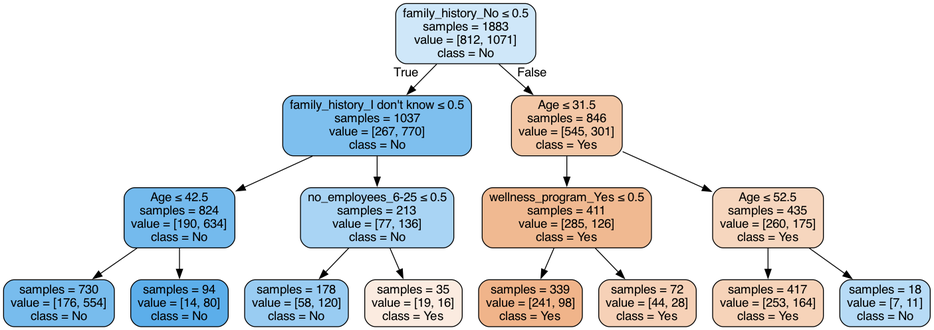
The Graphviz diagram output/tree.gv.png in cadej09/CSE-163-Final-Project, before a commit. Its source is kept beside it as output/tree.gv.
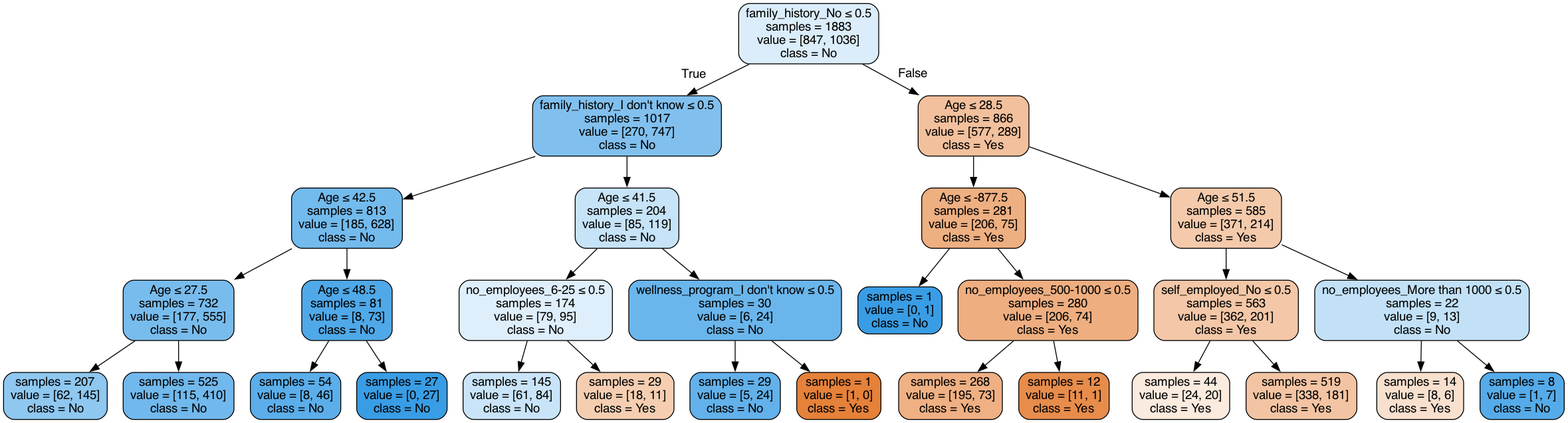
After the commit.

The edit, as a diff of the source:
```diff
@@ -1,33 +1,61 @@
 digraph Tree {
 node [shape=box, style="filled, rounded", color="black", fontname="helvetica"] ;
 edge [fontname="helvetica"] ;
-0 [label=<family_history_No &le; 0.5<br/>samples = 1883<br/>value = [812, 1071]<br/>class = No>, fillcolor="#cfe7f9"] ;
-1 [label=<family_history_I don't know &le; 0.5<br/>samples = 1037<br/>value = [267, 770]<br/>class = No>, fillcolor="#7ebfee"] ;
+0 [label=<family_history_No &le; 0.5<br/>samples = 1883<br/>value = [847, 1036]<br/>class = No>, fillcolor="#dbedfa"] ;
+1 [label=<family_history_I don't know &le; 0.5<br/>samples = 1017<br/>value = [270, 747]<br/>class = No>, fillcolor="#81c0ee"] ;
 0 -> 1 [labeldistance=2.5, labelangle=45, headlabel="True"] ;
-2 [label=<Age &le; 42.5<br/>samples = 824<br/>value = [190, 634]<br/>class = No>, fillcolor="#74baed"] ;
+2 [label=<Age &le; 42.5<br/>samples = 813<br/>value = [185, 628]<br/>class = No>, fillcolor="#73baed"] ;
 1 -> 2 ;
-3 [label=<samples = 730<br/>value = [176, 554]<br/>class = No>, fillcolor="#78bced"] ;
+3 [label=<Age &le; 27.5<br/>samples = 732<br/>value = [177, 555]<br/>class = No>, fillcolor="#78bced"] ;
 2 -> 3 ;
-4 [label=<samples = 94<br/>value = [14, 80]<br/>class = No>, fillcolor="#5caeea"] ;
-2 -> 4 ;
-5 [label=<no_employees_6-25 &le; 0.5<br/>samples = 213<br/>value = [77, 136]<br/>class = No>, fillcolor="#a9d4f4"] ;
-1 -> 5 ;
-6 [label=<samples = 178<br/>value = [58, 120]<br/>class = No>, fillcolor="#99ccf2"] ;
-5 -> 6 ;
-7 [label=<samples = 35<br/>value = [19, 16]<br/>class = Yes>, fillcolor="#fbebe0"] ;
-5 -> 7 ;
-8 [label=<Age &le; 31.5<br/>samples = 846<br/>value = [545, 301]<br/>class = Yes>, fillcolor="#f3c7a6"] ;
-0 -> 8 [labeldistance=2.5, labelangle=-45, headlabel="False"] ;
-9 [label=<wellness_program_Yes &le; 0.5<br/>samples = 411<br/>value = [285, 126]<br/>class = Yes>, fillcolor="#f0b991"] ;
-8 -> 9 ;
-10 [label=<samples = 339<br/>value = [241, 98]<br/>class = Yes>, fillcolor="#f0b48a"] ;
+4 [label=<samples = 207<br/>value = [62, 145]<br/>class = No>, fillcolor="#8ec7f0"] ;
+3 -> 4 ;
+5 [label=<samples = 525<br/>value = [115, 410]<br/>class = No>, fillcolor="#71b8ec"] ;
+3 -> 5 ;
+6 [label=<Age &le; 48.5<br/>samples = 81<br/>value = [8, 73]<br/>class = No>, fillcolor="#4fa8e8"] ;
+2 -> 6 ;
+7 [label=<samples = 54<br/>value = [8, 46]<br/>class = No>, fillcolor="#5baeea"] ;
+6 -> 7 ;
+8 [label=<samples = 27<br/>value = [0, 27]<br/>class = No>, fillcolor="#399de5"] ;
+6 -> 8 ;
+9 [label=<Age &le; 41.5<br/>samples = 204<br/>value = [85, 119]<br/>class = No>, fillcolor="#c6e3f8"] ;
+1 -> 9 ;
+10 [label=<no_employees_6-25 &le; 0.5<br/>samples = 174<br/>value = [79, 95]<br/>class = No>, fillcolor="#deeefb"] ;
 9 -> 10 ;
-11 [label=<samples = 72<br/>value = [44, 28]<br/>class = Yes>, fillcolor="#f6d1b7"] ;
-9 -> 11 ;
-12 [label=<Age &le; 52.5<br/>samples = 435<br/>value = [260, 175]<br/>class = Yes>, fillcolor="#f6d6be"] ;
-8 -> 12 ;
-13 [label=<samples = 417<br/>value = [253, 164]<br/>class = Yes>, fillcolor="#f6d3b9"] ;
-12 -> 13 ;
-14 [label=<samples = 18<br/>value = [7, 11]<br/>class = No>, fillcolor="#b7dbf6"] ;
-12 -> 14 ;
+11 [label=<samples = 145<br/>value = [61, 84]<br/>class = No>, fillcolor="#c9e4f8"] ;
+10 -> 11 ;
+12 [label=<samples = 29<br/>value = [18, 11]<br/>class = Yes>, fillcolor="#f5ceb2"] ;
+10 -> 12 ;
+13 [label=<wellness_program_I don't know &le; 0.5<br/>samples = 30<br/>value = [6, 24]<br/>class = No>, fillcolor="#6ab6ec"] ;
+9 -> 13 ;
+14 [label=<samples = 29<br/>value = [5, 24]<br/>class = No>, fillcolor="#62b1ea"] ;
+13 -> 14 ;
+15 [label=<samples = 1<br/>value = [1, 0]<br/>class = Yes>, fillcolor="#e58139"] ;
+13 -> 15 ;
+16 [label=<Age &le; 28.5<br/>samples = 866<br/>value = [577, 289]<br/>class = Yes>, fillcolor="#f2c09c"] ;
+0 -> 16 [labeldistance=2.5, labelangle=-45, headlabel="False"] ;
+17 [label=<Age &le; -877.5<br/>samples = 281<br/>value = [206, 75]<br/>class = Yes>, fillcolor="#eeaf81"] ;
+16 -> 17 ;
+18 [label=<samples = 1<br/>value = [0, 1]<br/>class = No>, fillcolor="#399de5"] ;
+17 -> 18 ;
+19 [label=<no_employees_500-1000 &le; 0.5<br/>samples = 280<br/>value = [206, 74]<br/>class = Yes>, fillcolor="#eeae80"] ;
+17 -> 19 ;
+20 [label=<samples = 268<br/>value = [195, 73]<br/>class = Yes>, fillcolor="#efb083"] ;
+19 -> 20 ;
+21 [label=<samples = 12<br/>value = [11, 1]<br/>class = Yes>, fillcolor="#e78c4b"] ;
+19 -> 21 ;
+22 [label=<Age &le; 51.5<br/>samples = 585<br/>value = [371, 214]<br/>class = Yes>, fillcolor="#f4caab"] ;
+16 -> 22 ;
+23 [label=<self_employed_No &le; 0.5<br/>samples = 563<br/>value = [362, 201]<br/>class = Yes>, fillcolor="#f3c7a7"] ;
+22 -> 23 ;
+24 [label=<samples = 44<br/>value = [24, 20]<br/>class = Yes>, fillcolor="#fbeade"] ;
+23 -> 24 ;
+25 [label=<samples = 519<br/>value = [338, 181]<br/>class = Yes>, fillcolor="#f3c4a3"] ;
+23 -> 25 ;
+26 [label=<no_employees_More than 1000 &le; 0.5<br/>samples = 22<br/>value = [9, 13]<br/>class = No>, fillcolor="#c2e1f7"] ;
+22 -> 26 ;
+27 [label=<samples = 14<br/>value = [8, 6]<br/>class = Yes>, fillcolor="#f8e0ce"] ;
+26 -> 27 ;
+28 [label=<samples = 8<br/>value = [1, 7]<br/>class = No>, fillcolor="#55abe9"] ;
+26 -> 28 ;
 }
```
